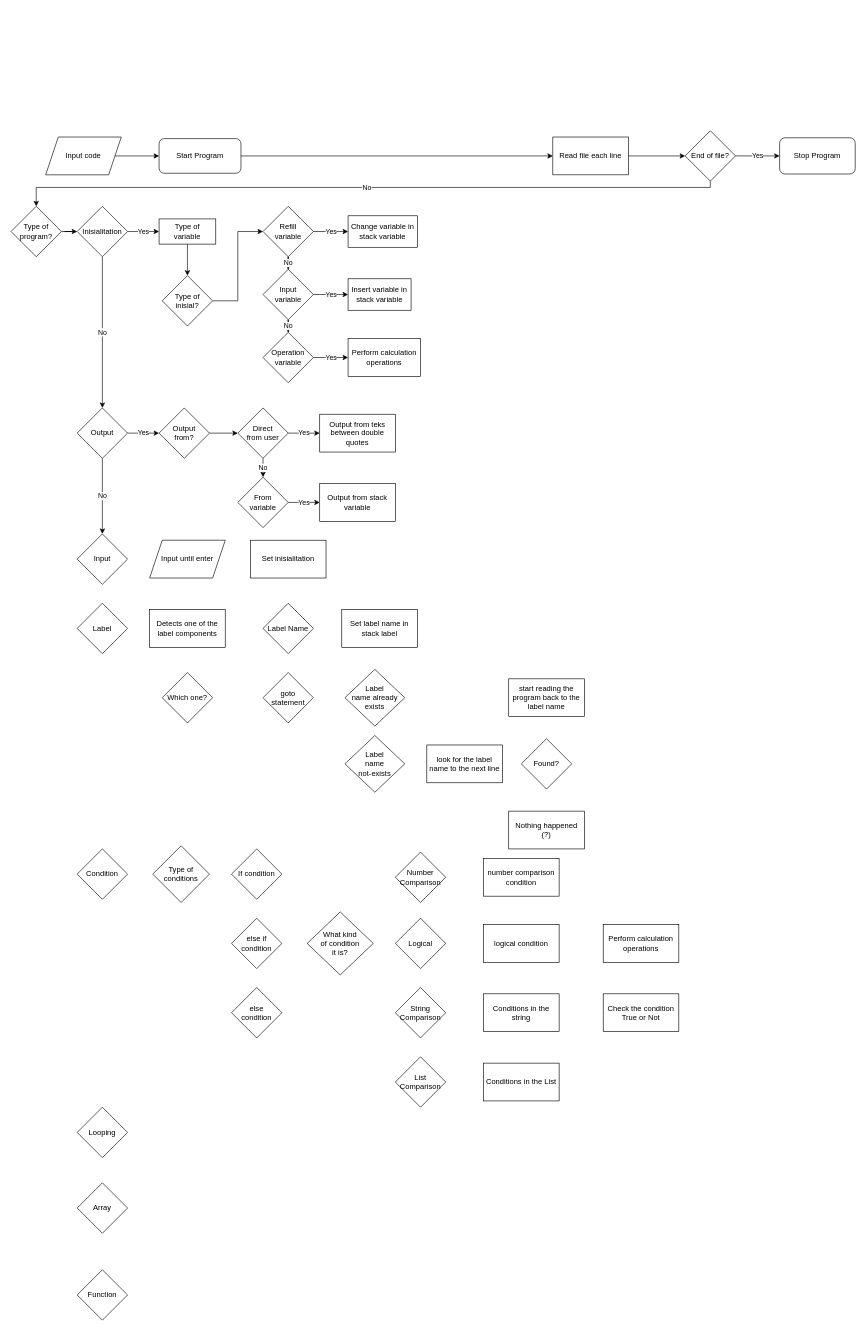
Before: Flowchart.drawio in reeuze/Make-a-New-Language-Using-Python, a draw.io diagram. Source tidied: cells renumbered, new cells numbered last; positions are measured from the earlier drawing's top-left corner, leaving out a move shared by most shapes. Both pictures are drawn from the tidied source at 63%, with x=0, y=0 at pixel (11, 130).
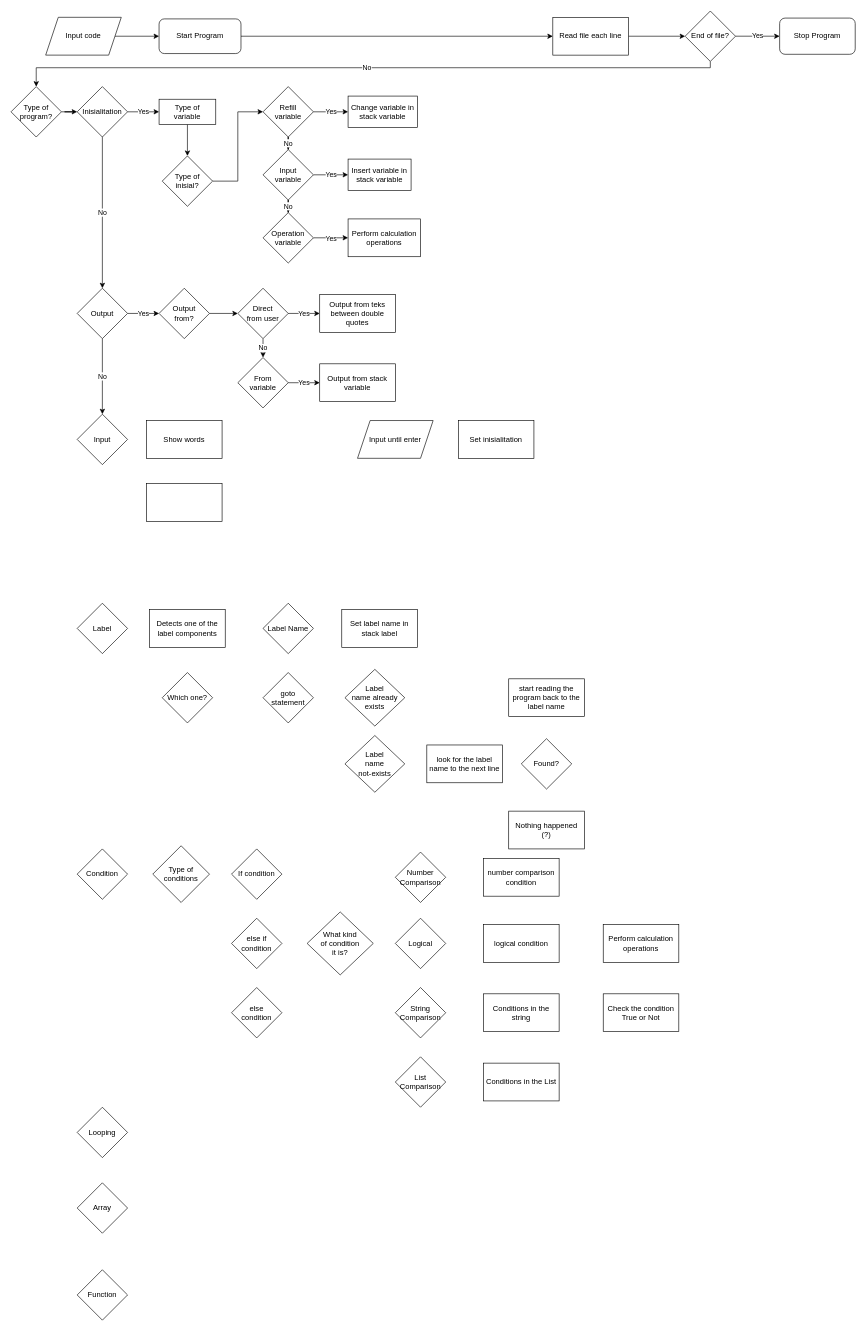
Above is the later version.

Change to the diagram source:
```diff
@@
     <mxCell id="3" value="Start Program" style="rounded=1;whiteSpace=wrap;html=1;" parent="1" vertex="1">
-      <mxGeometry x="235" y="12.5" width="130" height="55" as="geometry" />
+      <mxGeometry x="235" y="-177.5" width="130" height="55" as="geometry" />
     </mxCell>
@@
     <mxCell id="5" value="Input code" style="shape=parallelogram;perimeter=parallelogramPerimeter;whiteSpace=wrap;html=1;fixedSize=1;" parent="1" vertex="1">
-      <mxGeometry x="55" y="10" width="120" height="60" as="geometry" />
+      <mxGeometry x="55" y="-180" width="120" height="60" as="geometry" />
     </mxCell>
     <mxCell id="6" value="No" style="edgeStyle=orthogonalEdgeStyle;rounded=0;jettySize=auto;html=1;entryX=0.5;entryY=0;entryDx=0;entryDy=0;" parent="1" edge="1" source="8" target="11">
       <mxGeometry relative="1" as="geometry">
         <Array as="points">
-          <mxPoint x="1110" y="90" />
-          <mxPoint x="40" y="90" />
+          <mxPoint x="1110" y="-100" />
+          <mxPoint x="40" y="-100" />
         </Array>
       </mxGeometry>
     </mxCell>
@@
     <mxCell id="8" value="End of file?" style="rhombus;whiteSpace=wrap;html=1;" parent="1" vertex="1">
-      <mxGeometry x="1070" width="80" height="80" as="geometry" />
+      <mxGeometry x="1070" y="-190" width="80" height="80" as="geometry" />
     </mxCell>
     <mxCell id="9" value="Stop Program" style="rounded=1;whiteSpace=wrap;html=1;" parent="1" vertex="1">
-      <mxGeometry x="1220" y="11.2" width="120" height="57.5" as="geometry" />
+      <mxGeometry x="1220" y="-178.8" width="120" height="57.5" as="geometry" />
     </mxCell>
@@
     <mxCell id="11" value="Type of&lt;br&gt;program?" style="rhombus;whiteSpace=wrap;html=1;" parent="1" vertex="1">
-      <mxGeometry y="120" width="80" height="80" as="geometry" />
+      <mxGeometry y="-70" width="80" height="80" as="geometry" />
     </mxCell>
@@
     <mxCell id="14" value="Inisialitation" style="rhombus;whiteSpace=wrap;html=1;" parent="1" vertex="1">
-      <mxGeometry x="105" y="120" width="80" height="80" as="geometry" />
+      <mxGeometry x="105" y="-70" width="80" height="80" as="geometry" />
     </mxCell>
     <mxCell id="15" value="Input" style="rhombus;whiteSpace=wrap;html=1;" parent="1" vertex="1">
-      <mxGeometry x="105" y="640" width="80" height="80" as="geometry" />
+      <mxGeometry x="105" y="450" width="80" height="80" as="geometry" />
     </mxCell>
@@
     <mxCell id="18" value="Output" style="rhombus;whiteSpace=wrap;html=1;" parent="1" vertex="1">
-      <mxGeometry x="105" y="440" width="80" height="80" as="geometry" />
+      <mxGeometry x="105" y="250" width="80" height="80" as="geometry" />
     </mxCell>
@@
     <mxCell id="25" value="Type of&lt;br&gt;inisial?" style="rhombus;whiteSpace=wrap;html=1;" parent="1" vertex="1">
-      <mxGeometry x="240" y="230" width="80" height="80" as="geometry" />
+      <mxGeometry x="240" y="40" width="80" height="80" as="geometry" />
     </mxCell>
@@
     <mxCell id="28" value="Input&lt;br&gt;variable" style="rhombus;whiteSpace=wrap;html=1;" parent="1" vertex="1">
-      <mxGeometry x="400" y="220" width="80" height="80" as="geometry" />
+      <mxGeometry x="400" y="30" width="80" height="80" as="geometry" />
     </mxCell>
@@
     <mxCell id="31" value="Refill&lt;br&gt;variable" style="rhombus;whiteSpace=wrap;html=1;" parent="1" vertex="1">
-      <mxGeometry x="400" y="120" width="80" height="80" as="geometry" />
+      <mxGeometry x="400" y="-70" width="80" height="80" as="geometry" />
     </mxCell>
     <mxCell id="32" value="Yes" style="edgeStyle=orthogonalEdgeStyle;rounded=0;jettySize=auto;html=1;entryX=0;entryY=0.5;entryDx=0;entryDy=0;" parent="1" edge="1" source="33">
       <mxGeometry relative="1" as="geometry">
-        <mxPoint x="535" y="360" as="targetPoint" />
+        <mxPoint x="535" y="170" as="targetPoint" />
       </mxGeometry>
     </mxCell>
     <mxCell id="33" value="Operation&lt;br&gt;variable" style="rhombus;whiteSpace=wrap;html=1;" parent="1" vertex="1">
-      <mxGeometry x="400" y="320" width="80" height="80" as="geometry" />
+      <mxGeometry x="400" y="130" width="80" height="80" as="geometry" />
     </mxCell>
@@
     <mxCell id="35" value="Type of&lt;br&gt;variable" style="rounded=0;whiteSpace=wrap;html=1;" parent="1" vertex="1">
-      <mxGeometry x="235" y="140" width="90" height="40" as="geometry" />
+      <mxGeometry x="235" y="-50" width="90" height="40" as="geometry" />
     </mxCell>
     <mxCell id="36" value="Insert variable in&lt;br&gt;stack variable" style="rounded=0;whiteSpace=wrap;html=1;" parent="1" vertex="1">
-      <mxGeometry x="535" y="235" width="100" height="50" as="geometry" />
+      <mxGeometry x="535" y="45" width="100" height="50" as="geometry" />
     </mxCell>
     <mxCell id="37" value="Change variable in&lt;br&gt;stack variable" style="rounded=0;whiteSpace=wrap;html=1;" parent="1" vertex="1">
-      <mxGeometry x="535" y="135" width="110" height="50" as="geometry" />
+      <mxGeometry x="535" y="-55" width="110" height="50" as="geometry" />
     </mxCell>
     <mxCell id="38" value="Perform calculation operations" style="rounded=0;whiteSpace=wrap;html=1;" parent="1" vertex="1">
-      <mxGeometry x="535" y="330" width="115" height="60" as="geometry" />
+      <mxGeometry x="535" y="140" width="115" height="60" as="geometry" />
     </mxCell>
@@
     <mxCell id="40" value="Output&lt;br&gt;from?" style="rhombus;whiteSpace=wrap;html=1;" parent="1" vertex="1">
-      <mxGeometry x="235" y="440" width="80" height="80" as="geometry" />
+      <mxGeometry x="235" y="250" width="80" height="80" as="geometry" />
     </mxCell>
@@
     <mxCell id="43" value="Direct&lt;br&gt;from user" style="rhombus;whiteSpace=wrap;html=1;" parent="1" vertex="1">
-      <mxGeometry x="360" y="440" width="80" height="80" as="geometry" />
+      <mxGeometry x="360" y="250" width="80" height="80" as="geometry" />
     </mxCell>
@@
     <mxCell id="45" value="From&lt;br&gt;variable" style="rhombus;whiteSpace=wrap;html=1;" parent="1" vertex="1">
-      <mxGeometry x="360" y="550" width="80" height="80" as="geometry" />
+      <mxGeometry x="360" y="360" width="80" height="80" as="geometry" />
     </mxCell>
     <mxCell id="46" value="Output from teks&lt;br&gt;between double quotes" style="rounded=0;whiteSpace=wrap;html=1;" parent="1" vertex="1">
-      <mxGeometry x="490" y="450" width="120" height="60" as="geometry" />
+      <mxGeometry x="490" y="260" width="120" height="60" as="geometry" />
     </mxCell>
     <mxCell id="47" value="Output from stack variable" style="rounded=0;whiteSpace=wrap;html=1;" parent="1" vertex="1">
-      <mxGeometry x="490" y="560" width="120" height="60" as="geometry" />
+      <mxGeometry x="490" y="370" width="120" height="60" as="geometry" />
     </mxCell>
     <mxCell id="48" value="Input until enter" style="shape=parallelogram;perimeter=parallelogramPerimeter;whiteSpace=wrap;html=1;fixedSize=1;" parent="1" vertex="1">
-      <mxGeometry x="220" y="650" width="120" height="60" as="geometry" />
+      <mxGeometry x="550" y="460" width="120" height="60" as="geometry" />
     </mxCell>
     <mxCell id="49" value="Set inisialitation" style="rounded=0;whiteSpace=wrap;html=1;" parent="1" vertex="1">
-      <mxGeometry x="380" y="650" width="120" height="60" as="geometry" />
+      <mxGeometry x="710" y="460" width="120" height="60" as="geometry" />
     </mxCell>
@@
     <mxCell id="70" value="Read file each line" style="rounded=0;whiteSpace=wrap;html=1;" parent="1" vertex="1">
-      <mxGeometry x="860" y="10" width="120" height="60" as="geometry" />
+      <mxGeometry x="860" y="-180" width="120" height="60" as="geometry" />
     </mxCell>
@@
+    <mxCell id="78" value="Show words" style="rounded=0;whiteSpace=wrap;html=1;" parent="1" vertex="1">
+      <mxGeometry x="215" y="460" width="120" height="60" as="geometry" />
+    </mxCell>
+    <mxCell id="79" style="rounded=0;whiteSpace=wrap;html=1;" parent="1" vertex="1">
+      <mxGeometry x="215" y="560" width="120" height="60" as="geometry" />
+    </mxCell>
```
